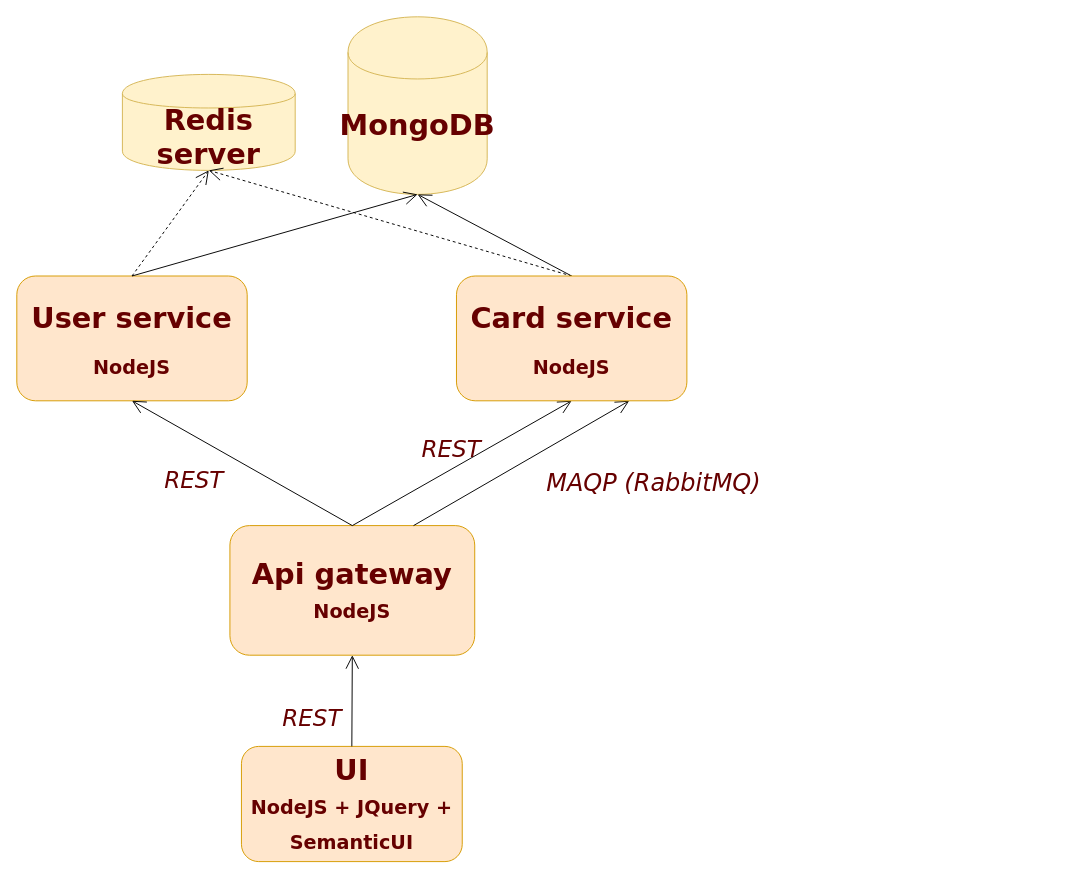
tbkincso/SoftEng keeps this draw.io diagram as Microservices_communication.drawio. Above is the earlier version. Source tidied: cells renumbered, new cells numbered last; positions are measured from the earlier drawing's top-left corner, leaving out a move shared by most shapes. Both pictures are drawn from the tidied source at 96%, with x=0, y=0 at pixel (16, 16).
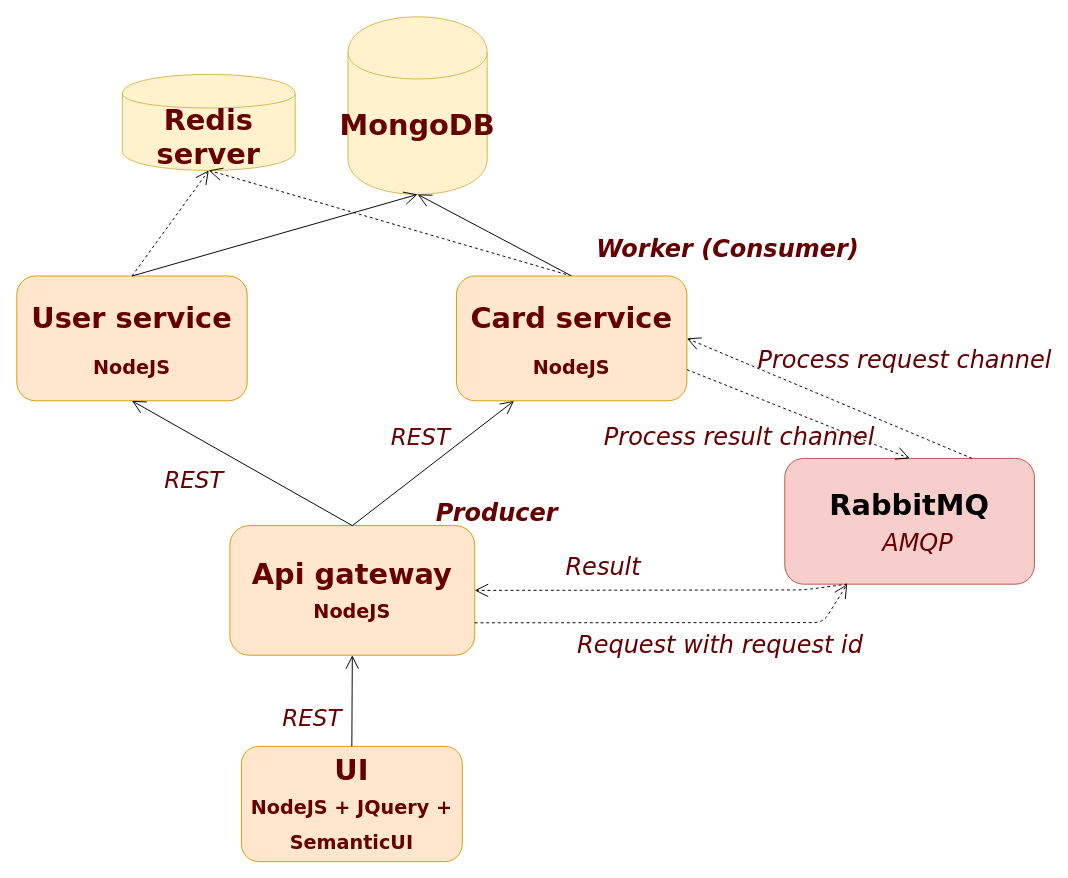
Above is the later version.

The change refers to these unchanged cells:
```xml
<mxCell id="4" value="&lt;b&gt;Api gateway&lt;br&gt;&lt;font style=&quot;font-size: 20px&quot;&gt;NodeJS&lt;/font&gt;&lt;br&gt;&lt;/b&gt;" style="rounded=1;whiteSpace=wrap;html=1;fontSize=30;fontStyle=0;fillColor=#ffe6cc;strokeColor=#d79b00;fontFamily=Verdana;fontColor=#660000;" parent="1" vertex="1">
  <mxGeometry x="222" y="530" width="255" height="135" as="geometry" />
</mxCell>
<mxCell id="19" value="&lt;p style=&quot;line-height: 0%&quot;&gt;&lt;font&gt;&lt;b&gt;&lt;br&gt;&lt;/b&gt;&lt;/font&gt;&lt;/p&gt;&lt;p style=&quot;line-height: 0%&quot;&gt;&lt;font&gt;&lt;b&gt;&lt;br&gt;&lt;/b&gt;&lt;/font&gt;&lt;/p&gt;&lt;p style=&quot;line-height: 0%&quot;&gt;&lt;font&gt;&lt;b&gt;Card service&lt;/b&gt;&lt;/font&gt;&lt;/p&gt;&lt;p&gt;&lt;b style=&quot;font-size: 20px&quot;&gt;NodeJS&lt;/b&gt;&lt;/p&gt;&lt;br&gt;" style="rounded=1;whiteSpace=wrap;html=1;fontSize=30;fontStyle=0;fillColor=#ffe6cc;strokeColor=#d79b00;fontFamily=Verdana;fontColor=#660000;" parent="1" vertex="1">
  <mxGeometry x="458" y="270" width="240" height="130" as="geometry" />
</mxCell>
```

Change to the diagram source:
```diff
@@
-    <mxCell id="13" style="endArrow=open;endFill=1;endSize=12;html=1;fontSize=30;exitX=0.5;exitY=0;exitDx=0;exitDy=0;entryX=0.5;entryY=1;entryDx=0;entryDy=0;fontFamily=Verdana;fontColor=#660000;" parent="1" edge="1" source="4" target="19">
+    <mxCell id="13" style="endArrow=open;endFill=1;endSize=12;html=1;fontSize=30;exitX=0.5;exitY=0;exitDx=0;exitDy=0;entryX=0.25;entryY=1;entryDx=0;entryDy=0;fontFamily=Verdana;fontColor=#660000;" parent="1" edge="1" source="4" target="19">
       <mxGeometry relative="1" as="geometry" />
     </mxCell>
     <mxCell id="14" value="&lt;font style=&quot;font-size: 24px&quot;&gt;&lt;i&gt;REST&lt;/i&gt;&lt;/font&gt;" style="text;html=1;align=left;verticalAlign=top;spacingTop=-4;fontSize=30;fontFamily=Verdana;fontColor=#660000;" parent="1" vertex="1">
-      <mxGeometry x="420" y="428" width="70" height="40" as="geometry" />
+      <mxGeometry x="388" y="415.5" width="70" height="40" as="geometry" />
     </mxCell>
-    <mxCell id="15" style="endArrow=open;endFill=1;endSize=12;html=1;fontSize=30;exitX=0.75;exitY=0;exitDx=0;exitDy=0;entryX=0.75;entryY=1;entryDx=0;entryDy=0;fontFamily=Verdana;fontColor=#660000;" parent="1" edge="1" source="4" target="19">
-      <mxGeometry relative="1" as="geometry" />
-    </mxCell>
-    <mxCell id="16" value="&lt;font style=&quot;font-size: 25px&quot;&gt;&lt;i&gt;MAQP (RabbitMQ)&lt;/i&gt;&lt;/font&gt;" style="text;html=1;align=left;verticalAlign=top;spacingTop=-4;fontSize=30;fontFamily=Verdana;fontColor=#660000;" parent="1" vertex="1">
-      <mxGeometry x="550" y="463" width="210" height="40" as="geometry" />
-    </mxCell>
@@
+    <mxCell id="20" value="&lt;b style=&quot;line-height: 0%&quot;&gt;RabbitMQ&lt;br&gt;&lt;br&gt;&lt;/b&gt;" style="rounded=1;whiteSpace=wrap;html=1;fontSize=30;fontStyle=0;fillColor=#f8cecc;strokeColor=#b85450;fontFamily=Verdana;" parent="1" vertex="1">
+      <mxGeometry x="800" y="460" width="260" height="131" as="geometry" />
+    </mxCell>
+    <mxCell id="21" style="endArrow=open;endSize=12;dashed=1;html=1;fontFamily=Verdana;fontSize=30;fontColor=#660000;exitX=1;exitY=0.75;exitDx=0;exitDy=0;entryX=0.25;entryY=1;entryDx=0;entryDy=0;" parent="1" edge="1" source="4" target="20">
+      <mxGeometry relative="1" as="geometry">
+        <Array as="points">
+          <mxPoint x="840" y="631" />
+        </Array>
+      </mxGeometry>
+    </mxCell>
+    <mxCell id="22" value="&lt;font style=&quot;font-size: 25px&quot;&gt;&lt;i&gt;Request with request id&lt;/i&gt;&lt;/font&gt;" style="text;html=1;align=left;verticalAlign=top;spacingTop=-4;fontSize=30;fontFamily=Verdana;fontColor=#660000;" parent="1" vertex="1">
+      <mxGeometry x="581.5" y="632" width="250" height="40" as="geometry" />
+    </mxCell>
+    <mxCell id="23" style="endArrow=open;endSize=12;dashed=1;html=1;fontFamily=Verdana;fontSize=30;fontColor=#660000;entryX=1;entryY=0.5;entryDx=0;entryDy=0;exitX=0.75;exitY=0;exitDx=0;exitDy=0;" parent="1" edge="1" source="20" target="19">
+      <mxGeometry relative="1" as="geometry" />
+    </mxCell>
+    <mxCell id="24" value="&lt;font style=&quot;font-size: 25px&quot;&gt;&lt;i&gt;Process request channel&lt;/i&gt;&lt;/font&gt;" style="text;html=1;align=left;verticalAlign=top;spacingTop=-4;fontSize=30;fontFamily=Verdana;fontColor=#660000;" parent="1" vertex="1">
+      <mxGeometry x="770" y="335" width="260" height="40" as="geometry" />
+    </mxCell>
+    <mxCell id="25" style="endArrow=open;endSize=12;dashed=1;html=1;fontFamily=Verdana;fontSize=30;fontColor=#660000;exitX=1;exitY=0.75;exitDx=0;exitDy=0;entryX=0.5;entryY=0;entryDx=0;entryDy=0;" parent="1" edge="1" source="19" target="20">
+      <mxGeometry relative="1" as="geometry" />
+    </mxCell>
+    <mxCell id="26" value="&lt;font style=&quot;font-size: 25px&quot;&gt;&lt;i&gt;Process result channel&lt;/i&gt;&lt;/font&gt;" style="text;html=1;align=left;verticalAlign=top;spacingTop=-4;fontSize=30;fontFamily=Verdana;fontColor=#660000;" parent="1" vertex="1">
+      <mxGeometry x="610" y="415.5" width="240" height="40" as="geometry" />
+    </mxCell>
+    <mxCell id="27" style="endArrow=open;endSize=12;dashed=1;html=1;fontFamily=Verdana;fontSize=30;fontColor=#660000;entryX=1;entryY=0.5;entryDx=0;entryDy=0;exitX=0.25;exitY=1;exitDx=0;exitDy=0;" parent="1" edge="1" source="20" target="4">
+      <mxGeometry relative="1" as="geometry">
+        <Array as="points">
+          <mxPoint x="820" y="597" />
+        </Array>
+      </mxGeometry>
+    </mxCell>
+    <mxCell id="28" value="&lt;font style=&quot;font-size: 25px&quot;&gt;&lt;i&gt;Result&lt;/i&gt;&lt;/font&gt;" style="text;html=1;align=left;verticalAlign=top;spacingTop=-4;fontSize=30;fontFamily=Verdana;fontColor=#660000;" parent="1" vertex="1">
+      <mxGeometry x="570" y="550.5" width="80" height="40" as="geometry" />
+    </mxCell>
+    <mxCell id="16" value="&lt;font style=&quot;font-size: 25px&quot;&gt;&lt;i&gt;AMQP&lt;/i&gt;&lt;/font&gt;" style="text;html=1;align=left;verticalAlign=top;spacingTop=-4;fontSize=30;fontFamily=Verdana;fontColor=#660000;" parent="1" vertex="1">
+      <mxGeometry x="900" y="525.5" width="80" height="40" as="geometry" />
+    </mxCell>
+    <mxCell id="29" value="&lt;font style=&quot;font-size: 25px&quot;&gt;&lt;i&gt;&lt;b&gt;Producer&lt;/b&gt;&lt;/i&gt;&lt;/font&gt;" style="text;html=1;align=left;verticalAlign=top;spacingTop=-4;fontSize=30;fontFamily=Verdana;fontColor=#660000;" parent="1" vertex="1">
+      <mxGeometry x="435" y="495" width="110" height="40" as="geometry" />
+    </mxCell>
+    <mxCell id="30" value="&lt;font style=&quot;font-size: 25px&quot;&gt;&lt;i&gt;&lt;b&gt;Worker (Consumer)&lt;/b&gt;&lt;/i&gt;&lt;/font&gt;" style="text;html=1;align=left;verticalAlign=top;spacingTop=-4;fontSize=30;fontFamily=Verdana;fontColor=#660000;" parent="1" vertex="1">
+      <mxGeometry x="601.5" y="220" width="220" height="40" as="geometry" />
+    </mxCell>
```
